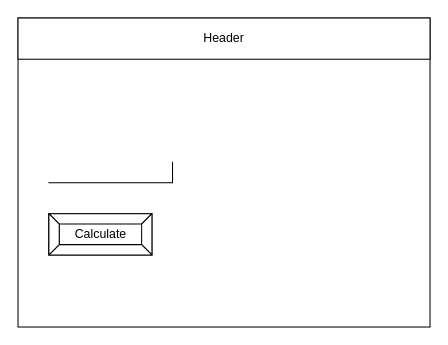
Justin-Lavoie16/Assignment-4-JS keeps this draw.io diagram as design/story-board.drawio. Above is the earlier version. Source tidied: cells renumbered, new cells numbered last; positions are measured from the earlier drawing's top-left corner, leaving out a move shared by most shapes. Both pictures are drawn from the tidied source at 103%, with x=0, y=0 at pixel (18, 18).
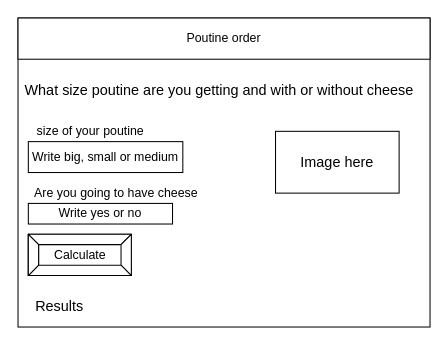
The same diagram, later.

The edit, as a diff of the source:
```diff
@@
 <mxGraphModel>
   <root>
     <mxCell id="0" />
     <mxCell id="1" parent="0" />
     <mxCell id="2" style="rounded=0;whiteSpace=wrap;html=1;" parent="1" vertex="1">
       <mxGeometry width="400" height="300" as="geometry" />
     </mxCell>
-    <mxCell id="3" value="Header" style="rounded=0;whiteSpace=wrap;html=1;" parent="1" vertex="1">
+    <mxCell id="3" value="Poutine order" style="rounded=0;whiteSpace=wrap;html=1;" parent="1" vertex="1">
       <mxGeometry width="400" height="40" as="geometry" />
     </mxCell>
-    <mxCell id="4" style="shape=partialRectangle;whiteSpace=wrap;html=1;top=0;left=0;fillColor=none;" parent="1" vertex="1">
-      <mxGeometry x="30" y="140" width="120" height="20" as="geometry" />
-    </mxCell>
     <mxCell id="5" value="Calculate" style="labelPosition=center;verticalLabelPosition=middle;align=center;html=1;shape=mxgraph.basic.button;dx=10;" parent="1" vertex="1">
-      <mxGeometry x="30" y="190" width="100" height="40" as="geometry" />
+      <mxGeometry x="10" y="210" width="100" height="40" as="geometry" />
     </mxCell>
+    <mxCell id="6" value="Write yes or no" style="whiteSpace=wrap;html=1;" parent="1" vertex="1">
+      <mxGeometry x="10" y="180" width="140" height="20" as="geometry" />
+    </mxCell>
+    <mxCell id="7" value="Are you going to have cheese" style="text;html=1;align=center;verticalAlign=middle;fillColor=none;strokeColor=none;rounded=0;" parent="1" vertex="1">
+      <mxGeometry x="10" y="160" width="170" height="20" as="geometry" />
+    </mxCell>
+    <mxCell id="8" value="Write big, small or medium" style="whiteSpace=wrap;html=1;" parent="1" vertex="1">
+      <mxGeometry x="10" y="120" width="150" height="30" as="geometry" />
+    </mxCell>
+    <mxCell id="9" value="size of your poutine" style="text;html=1;align=center;verticalAlign=middle;fillColor=none;strokeColor=none;rounded=0;" parent="1" vertex="1">
+      <mxGeometry x="10" y="100" width="120" height="20" as="geometry" />
+    </mxCell>
+    <mxCell id="10" value="&lt;font style=&quot;font-size: 14px&quot;&gt;What size poutine are you getting and with or without cheese&lt;/font&gt;" style="text;html=1;align=center;verticalAlign=middle;fillColor=none;strokeColor=none;rounded=0;" parent="1" vertex="1">
+      <mxGeometry y="60" width="390" height="20" as="geometry" />
+    </mxCell>
+    <mxCell id="11" value="Image here" style="whiteSpace=wrap;html=1;fontSize=14;" parent="1" vertex="1">
+      <mxGeometry x="250" y="110" width="120" height="60" as="geometry" />
+    </mxCell>
+    <mxCell id="12" value="Results" style="text;html=1;align=center;verticalAlign=middle;fillColor=none;strokeColor=none;rounded=0;fontSize=14;" parent="1" vertex="1">
+      <mxGeometry x="10" y="270" width="60" height="20" as="geometry" />
+    </mxCell>
   </root>
 </mxGraphModel>
```
